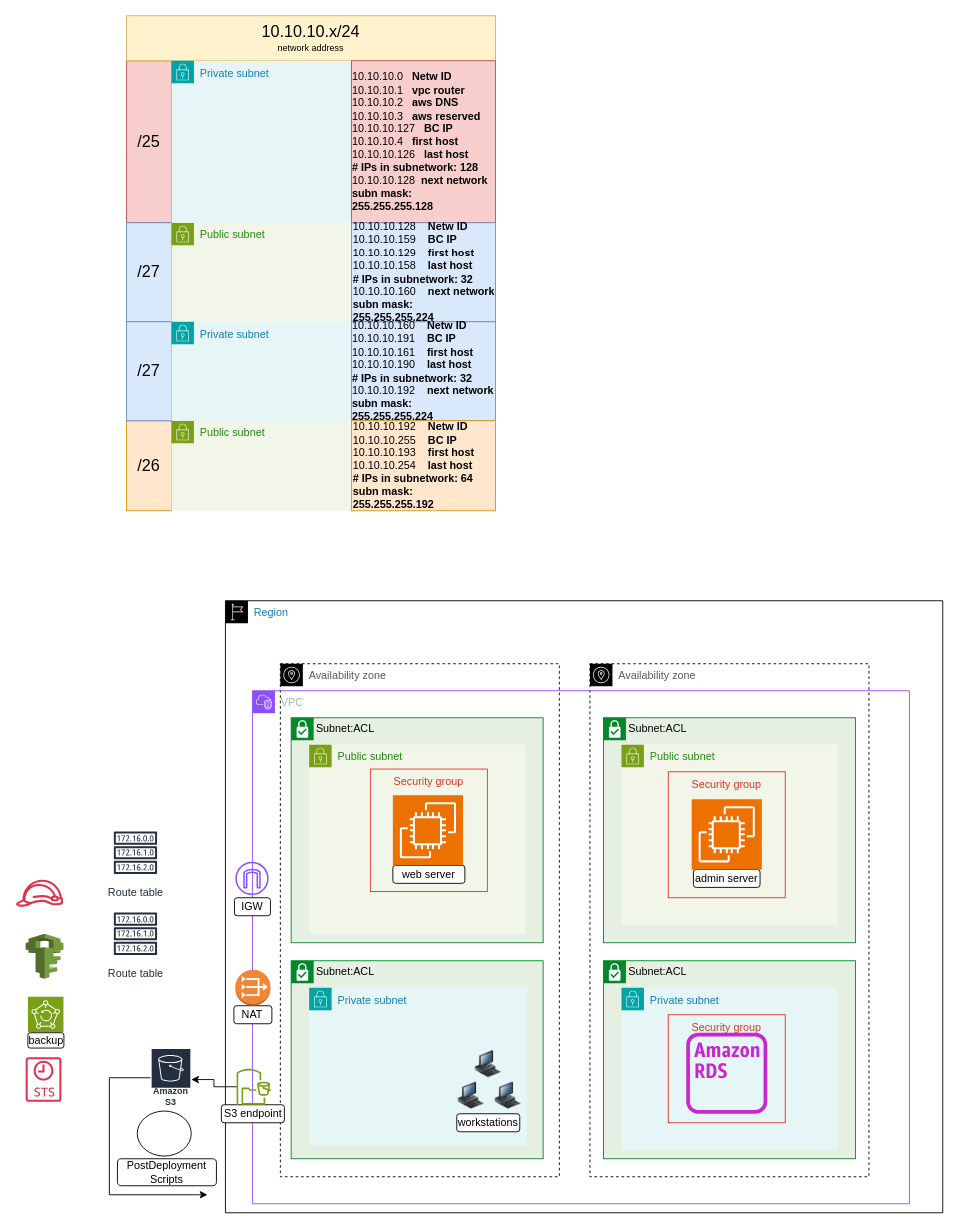
This is 10_Final_Project/v1.0/FinalProject-v1.0.drawio from techgrounds/techgrounds-FvL69-1, a draw.io file, before an edit. Source tidied: cells renumbered, new cells numbered last; positions are measured from the earlier drawing's top-left corner, leaving out a move shared by most shapes. Both pictures are drawn from the tidied source at 90%, with x=0, y=0 at pixel (15, 15).
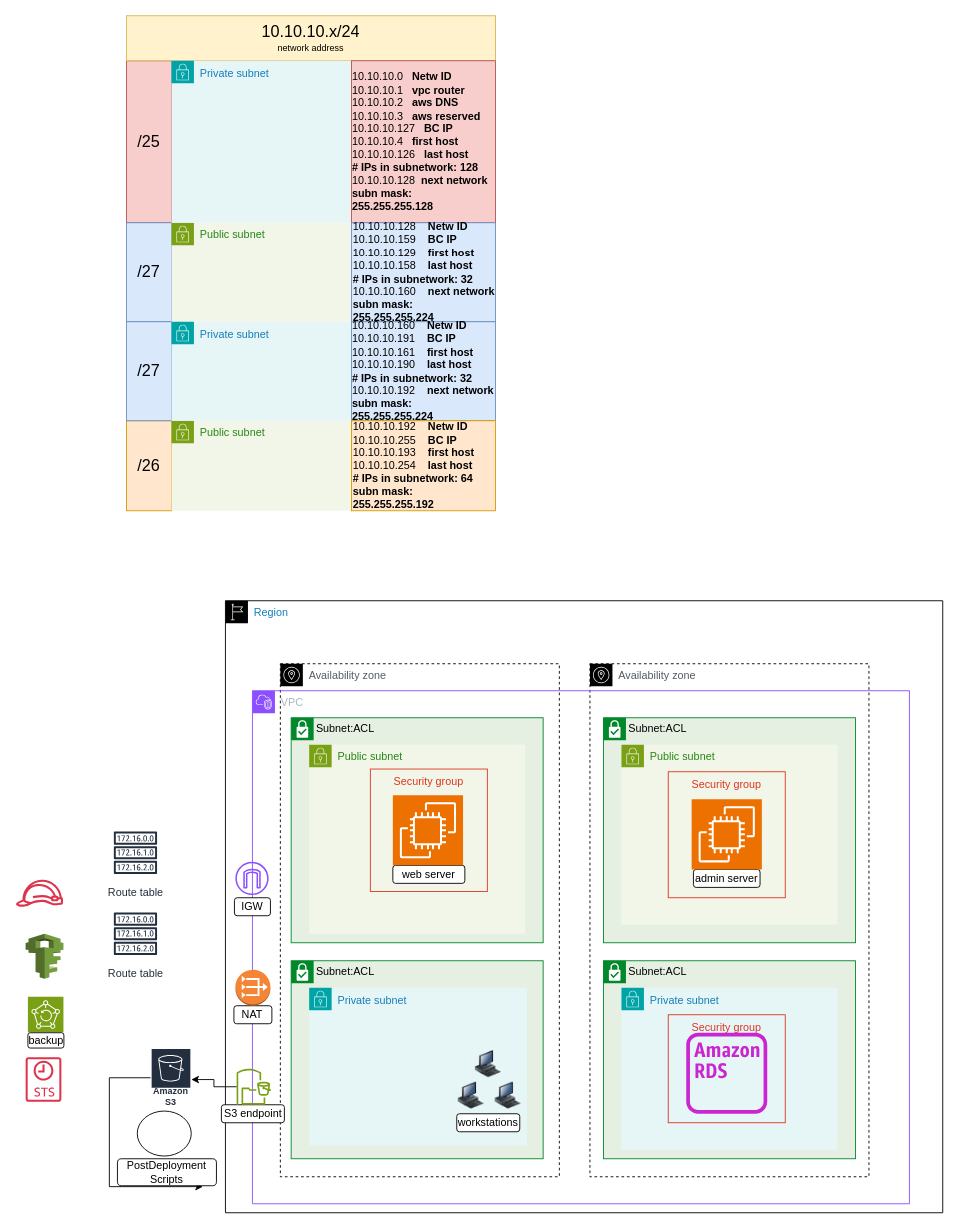
Above is the later version.

Unchanged cells that the change refers to:
```xml
<mxCell id="33" value="Amazon S3" style="sketch=0;outlineConnect=0;fontColor=#232F3E;gradientColor=none;strokeColor=#ffffff;fillColor=#232F3E;dashed=0;verticalLabelPosition=middle;verticalAlign=bottom;align=center;html=1;whiteSpace=wrap;fontSize=10;fontStyle=1;spacing=3;shape=mxgraph.aws4.productIcon;prIcon=mxgraph.aws4.s3;" parent="1" vertex="1">
  <mxGeometry x="150" y="1147" width="45" height="70" as="geometry" />
</mxCell>
<mxCell id="55" value="&lt;div&gt;PostDeployment&lt;/div&gt;&lt;div&gt;Scripts&lt;br&gt;&lt;/div&gt;" style="rounded=1;whiteSpace=wrap;html=1;" parent="1" vertex="1">
  <mxGeometry x="113" y="1270" width="110" height="30" as="geometry" />
</mxCell>
```

What changed in the source:
```diff
@@
-    <mxCell id="32" style="edgeStyle=orthogonalEdgeStyle;rounded=0;jettySize=auto;html=1;" parent="1" edge="1" source="33">
+    <mxCell id="32" style="edgeStyle=orthogonalEdgeStyle;rounded=0;jettySize=auto;html=1;entryX=0.864;entryY=1.033;entryDx=0;entryDy=0;entryPerimeter=0;" parent="1" edge="1" source="33" target="55">
       <mxGeometry relative="1" as="geometry">
-        <mxPoint x="213" y="1310" as="targetPoint" />
         <Array as="points">
           <mxPoint x="104" y="1180" />
+          <mxPoint x="104" y="1301" />
         </Array>
       </mxGeometry>
     </mxCell>
```
